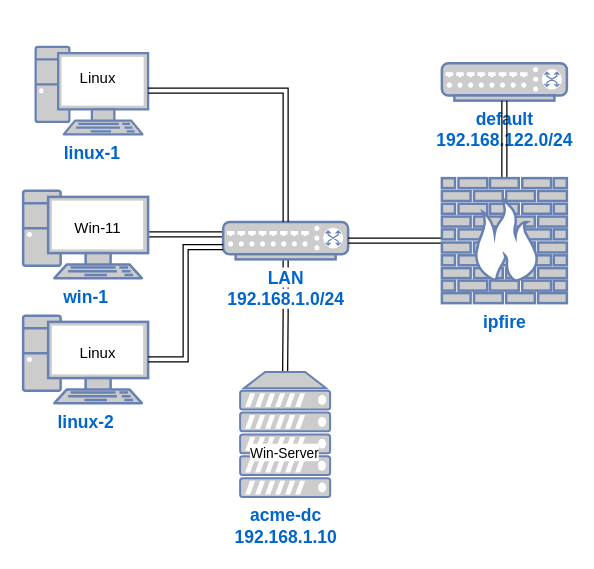
The draw.io diagram content/labs/diagrams/active-directory.drawio in bsebhat/bsebhat.github.io, before the edit. Source tidied: cells renumbered, new cells numbered last; positions are measured from the earlier drawing's top-left corner, leaving out a move shared by most shapes. Both pictures are drawn from the tidied source at 125%, with x=0, y=0 at pixel (22, 21).
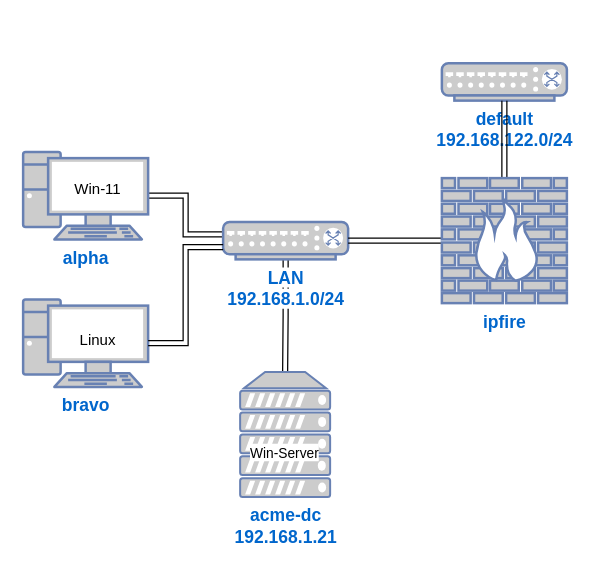
After the change.

The change refers to these unchanged cells:
```xml
<mxCell id="4" value="&lt;b&gt;&lt;font style=&quot;font-size: 14px; background-color: rgb(255, 255, 255);&quot;&gt;LAN&lt;br&gt;192.168.1.0/24&lt;/font&gt;&lt;/b&gt;" style="fontColor=#0066CC;verticalAlign=top;verticalLabelPosition=bottom;labelPosition=center;align=center;html=1;outlineConnect=0;fillColor=#CCCCCC;strokeColor=#6881B3;gradientColor=none;gradientDirection=north;strokeWidth=2;shape=mxgraph.networks.switch;points=[[0,0.33,0,0,0],[0,0.5,0,0,0],[0,0.67,0,0,0],[0.05,0.05,0,0,0],[0.1,1,0,0,0],[0.5,0,0,0,0],[0.5,1,0,0,0],[0.9,1,0,0,0],[0.95,0.05,0,0,0],[1,0.5,0,0,0]];" parent="1" vertex="1">
  <mxGeometry x="160" y="160" width="100" height="30" as="geometry" />
</mxCell>
<mxCell id="17" style="group;" parent="1" vertex="1">
  <mxGeometry y="240" width="100" height="70" as="geometry" />
</mxCell>
<mxCell id="21" style="group;" parent="1" vertex="1">
  <mxGeometry x="170" y="280" width="79.2" height="100" as="geometry" />
</mxCell>
```

What changed in the source:
```diff
@@
-    <mxCell id="6" style="group;" parent="1" vertex="1">
-      <mxGeometry width="100" height="90" as="geometry" />
-    </mxCell>
-    <mxCell id="7" style="group;" parent="6" vertex="1">
-      <mxGeometry y="20" width="100" height="70" as="geometry" />
-    </mxCell>
-    <mxCell id="8" value="&lt;b style=&quot;border-color: var(--border-color);&quot;&gt;&lt;font style=&quot;border-color: var(--border-color); font-size: 14px; background-color: rgb(255, 255, 255);&quot;&gt;linux-1&lt;/font&gt;&lt;/b&gt;" style="fontColor=#0066CC;verticalAlign=top;verticalLabelPosition=bottom;labelPosition=center;align=center;html=1;outlineConnect=0;fillColor=#CCCCCC;strokeColor=#6881B3;gradientColor=none;gradientDirection=north;strokeWidth=2;shape=mxgraph.networks.pc;" parent="7" vertex="1">
-      <mxGeometry x="10" width="90" height="70" as="geometry" />
-    </mxCell>
-    <mxCell id="9" value="Linux" style="text;html=1;strokeColor=none;fillColor=none;align=center;verticalAlign=middle;whiteSpace=wrap;rounded=0;" parent="7" vertex="1">
-      <mxGeometry x="30" y="10" width="60" height="30" as="geometry" />
-    </mxCell>
     <mxCell id="10" style="group;" parent="1" vertex="1">
-      <mxGeometry y="140" width="100" height="70" as="geometry" />
+      <mxGeometry y="109" width="100" height="70" as="geometry" />
     </mxCell>
-    <mxCell id="11" value="&lt;b style=&quot;border-color: var(--border-color);&quot;&gt;&lt;font style=&quot;border-color: var(--border-color); font-size: 14px; background-color: rgb(255, 255, 255);&quot;&gt;win-1&lt;br&gt;&lt;/font&gt;&lt;/b&gt;" style="fontColor=#0066CC;verticalAlign=top;verticalLabelPosition=bottom;labelPosition=center;align=center;html=1;outlineConnect=0;fillColor=#CCCCCC;strokeColor=#6881B3;gradientColor=none;gradientDirection=north;strokeWidth=2;shape=mxgraph.networks.pc;" parent="10" vertex="1">
+    <mxCell id="11" value="&lt;b style=&quot;border-color: var(--border-color);&quot;&gt;&lt;font style=&quot;border-color: var(--border-color); font-size: 14px; background-color: rgb(255, 255, 255);&quot;&gt;alpha&lt;br&gt;&lt;/font&gt;&lt;/b&gt;" style="fontColor=#0066CC;verticalAlign=top;verticalLabelPosition=bottom;labelPosition=center;align=center;html=1;outlineConnect=0;fillColor=#CCCCCC;strokeColor=#6881B3;gradientColor=none;gradientDirection=north;strokeWidth=2;shape=mxgraph.networks.pc;" parent="10" vertex="1">
       <mxGeometry y="-5" width="100" height="70" as="geometry" />
     </mxCell>
@@
-    <mxCell id="16" style="edgeStyle=orthogonalEdgeStyle;shape=link;rounded=0;jettySize=auto;html=1;exitX=1;exitY=0.5;exitDx=0;exitDy=0;exitPerimeter=0;" parent="1" edge="1" source="8" target="4">
-      <mxGeometry relative="1" as="geometry" />
-    </mxCell>
@@
+    <mxCell id="24" style="group;" parent="17" vertex="1">
+      <mxGeometry y="-18" width="100" height="70" as="geometry" />
+    </mxCell>
-    <mxCell id="18" value="&lt;b style=&quot;border-color: var(--border-color);&quot;&gt;&lt;font style=&quot;border-color: var(--border-color); font-size: 14px; background-color: rgb(255, 255, 255);&quot;&gt;linux-2&lt;br&gt;&lt;/font&gt;&lt;/b&gt;" style="fontColor=#0066CC;verticalAlign=top;verticalLabelPosition=bottom;labelPosition=center;align=center;html=1;outlineConnect=0;fillColor=#CCCCCC;strokeColor=#6881B3;gradientColor=none;gradientDirection=north;strokeWidth=2;shape=mxgraph.networks.pc;" parent="17" vertex="1">
-      <mxGeometry y="-5" width="100" height="70" as="geometry" />
+    <mxCell id="18" value="&lt;b style=&quot;border-color: var(--border-color);&quot;&gt;&lt;font style=&quot;border-color: var(--border-color); font-size: 14px; background-color: rgb(255, 255, 255);&quot;&gt;bravo&lt;br&gt;&lt;/font&gt;&lt;/b&gt;" style="fontColor=#0066CC;verticalAlign=top;verticalLabelPosition=bottom;labelPosition=center;align=center;html=1;outlineConnect=0;fillColor=#CCCCCC;strokeColor=#6881B3;gradientColor=none;gradientDirection=north;strokeWidth=2;shape=mxgraph.networks.pc;" parent="24" vertex="1">
+      <mxGeometry width="100" height="70" as="geometry" />
     </mxCell>
-    <mxCell id="19" value="Linux" style="text;html=1;strokeColor=none;fillColor=none;align=center;verticalAlign=middle;whiteSpace=wrap;rounded=0;" parent="17" vertex="1">
-      <mxGeometry x="30" y="10" width="60" height="30" as="geometry" />
+    <mxCell id="19" value="Linux" style="text;html=1;strokeColor=none;fillColor=none;align=center;verticalAlign=middle;whiteSpace=wrap;rounded=0;" parent="24" vertex="1">
+      <mxGeometry x="30" y="18" width="60" height="30" as="geometry" />
     </mxCell>
@@
-    <mxCell id="22" value="&lt;b style=&quot;border-color: var(--border-color);&quot;&gt;&lt;font style=&quot;border-color: var(--border-color); font-size: 14px; background-color: rgb(255, 255, 255);&quot;&gt;acme-dc&lt;br&gt;192.168.1.10&lt;br&gt;&lt;/font&gt;&lt;/b&gt;" style="fontColor=#0066CC;verticalAlign=top;verticalLabelPosition=bottom;labelPosition=center;align=center;html=1;outlineConnect=0;fillColor=#CCCCCC;strokeColor=#6881B3;gradientColor=none;gradientDirection=north;strokeWidth=2;shape=mxgraph.networks.server;" parent="21" vertex="1">
+    <mxCell id="22" value="&lt;b style=&quot;border-color: var(--border-color);&quot;&gt;&lt;font style=&quot;border-color: var(--border-color); font-size: 14px; background-color: rgb(255, 255, 255);&quot;&gt;acme-dc&lt;br&gt;192.168.1.21&lt;br&gt;&lt;/font&gt;&lt;/b&gt;" style="fontColor=#0066CC;verticalAlign=top;verticalLabelPosition=bottom;labelPosition=center;align=center;html=1;outlineConnect=0;fillColor=#CCCCCC;strokeColor=#6881B3;gradientColor=none;gradientDirection=north;strokeWidth=2;shape=mxgraph.networks.server;" parent="21" vertex="1">
       <mxGeometry x="3.6" width="72" height="100" as="geometry" />
     </mxCell>
```
